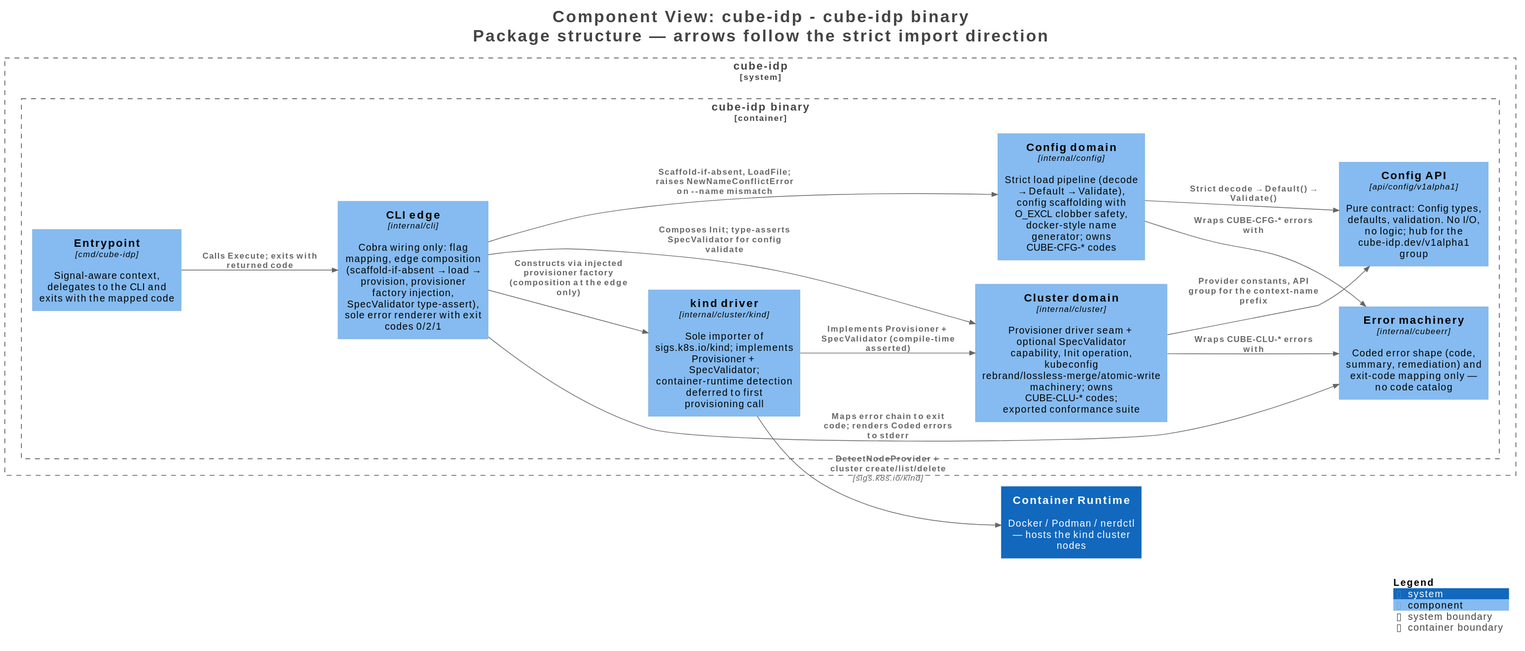
Above: docs/architecture/structurizr-Components.svg in cube-idp/cube-idp (PlantUML), before the change. Its diagram source:
```plantuml
@startuml
title <size:24>Component View: cube-idp - cube-idp binary</size>\n<size:24>Package structure — arrows follow the strict import direction</size>

set separator none
left to right direction

<style>
  root {
    BackgroundColor: #ffffff
    FontColor: #444444
  }
</style>

!include <C4/C4>
!include <C4/C4_Context>
!include <C4/C4_Component>

System(ContainerRuntime, "Container Runtime", $descr="Docker / Podman / nerdctl — hosts the kind cluster nodes", $tags="", $link="")

System_Boundary("cubeidp_boundary", "cube-idp", $tags="") {
  Container_Boundary("cubeidp.cubeidpbinary_boundary", "cube-idp binary", $tags="") {
    Component(cubeidp.cubeidpbinary.Errormachinery, "Error machinery", $techn="internal/cubeerr", $descr="Coded error shape (code, summary, remediation) and exit-code mapping only — no code catalog", $tags="", $link="")
    Component(cubeidp.cubeidpbinary.Entrypoint, "Entrypoint", $techn="cmd/cube-idp", $descr="Signal-aware context, delegates to the CLI and exits with the mapped code", $tags="", $link="")
    Component(cubeidp.cubeidpbinary.CLIedge, "CLI edge", $techn="internal/cli", $descr="Cobra wiring only: flag mapping, edge composition (scaffold-if-absent → load → provision, provisioner factory injection, SpecValidator type-assert), sole error renderer with exit codes 0/2/1", $tags="", $link="")
    Component(cubeidp.cubeidpbinary.Configdomain, "Config domain", $techn="internal/config", $descr="Strict load pipeline (decode → Default → Validate), config scaffolding with O_EXCL clobber safety, docker-style name generator; owns CUBE-CFG-* codes", $tags="", $link="")
    Component(cubeidp.cubeidpbinary.ConfigAPI, "Config API", $techn="api/config/v1alpha1", $descr="Pure contract: Config types, defaults, validation. No I/O, no logic; hub for the cube-idp.dev/v1alpha1 group", $tags="", $link="")
    Component(cubeidp.cubeidpbinary.Clusterdomain, "Cluster domain", $techn="internal/cluster", $descr="Provisioner driver seam + optional SpecValidator capability, Init operation, kubeconfig rebrand/lossless-merge/atomic-write machinery; owns CUBE-CLU-* codes; exported conformance suite", $tags="", $link="")
    Component(cubeidp.cubeidpbinary.kinddriver, "kind driver", $techn="internal/cluster/kind", $descr="Sole importer of sigs.k8s.io/kind; implements Provisioner + SpecValidator; container-runtime detection deferred to first provisioning call", $tags="", $link="")
  }

}

Rel(cubeidp.cubeidpbinary.Entrypoint, cubeidp.cubeidpbinary.CLIedge, "Calls Execute; exits with returned code", $techn="", $tags="", $link="")
Rel(cubeidp.cubeidpbinary.CLIedge, cubeidp.cubeidpbinary.Configdomain, "Scaffold-if-absent, LoadFile; raises NewNameConflictError on --name mismatch", $techn="", $tags="", $link="")
Rel(cubeidp.cubeidpbinary.CLIedge, cubeidp.cubeidpbinary.Clusterdomain, "Composes Init; type-asserts SpecValidator for config validate", $techn="", $tags="", $link="")
Rel(cubeidp.cubeidpbinary.CLIedge, cubeidp.cubeidpbinary.kinddriver, "Constructs via injected provisioner factory (composition at the edge only)", $techn="", $tags="", $link="")
Rel(cubeidp.cubeidpbinary.CLIedge, cubeidp.cubeidpbinary.Errormachinery, "Maps error chain to exit code; renders Coded errors to stderr", $techn="", $tags="", $link="")
Rel(cubeidp.cubeidpbinary.Configdomain, cubeidp.cubeidpbinary.ConfigAPI, "Strict decode → Default() → Validate()", $techn="", $tags="", $link="")
Rel(cubeidp.cubeidpbinary.Clusterdomain, cubeidp.cubeidpbinary.ConfigAPI, "Provider constants, API group for the context-name prefix", $techn="", $tags="", $link="")
Rel(cubeidp.cubeidpbinary.Configdomain, cubeidp.cubeidpbinary.Errormachinery, "Wraps CUBE-CFG-* errors with", $techn="", $tags="", $link="")
Rel(cubeidp.cubeidpbinary.Clusterdomain, cubeidp.cubeidpbinary.Errormachinery, "Wraps CUBE-CLU-* errors with", $techn="", $tags="", $link="")
Rel(cubeidp.cubeidpbinary.kinddriver, cubeidp.cubeidpbinary.Clusterdomain, "Implements Provisioner + SpecValidator (compile-time asserted)", $techn="", $tags="", $link="")
Rel(cubeidp.cubeidpbinary.kinddriver, ContainerRuntime, "DetectNodeProvider + cluster create/list/delete", $techn="sigs.k8s.io/kind", $tags="", $link="")

SHOW_LEGEND(true)
hide stereotypes
@enduml
```
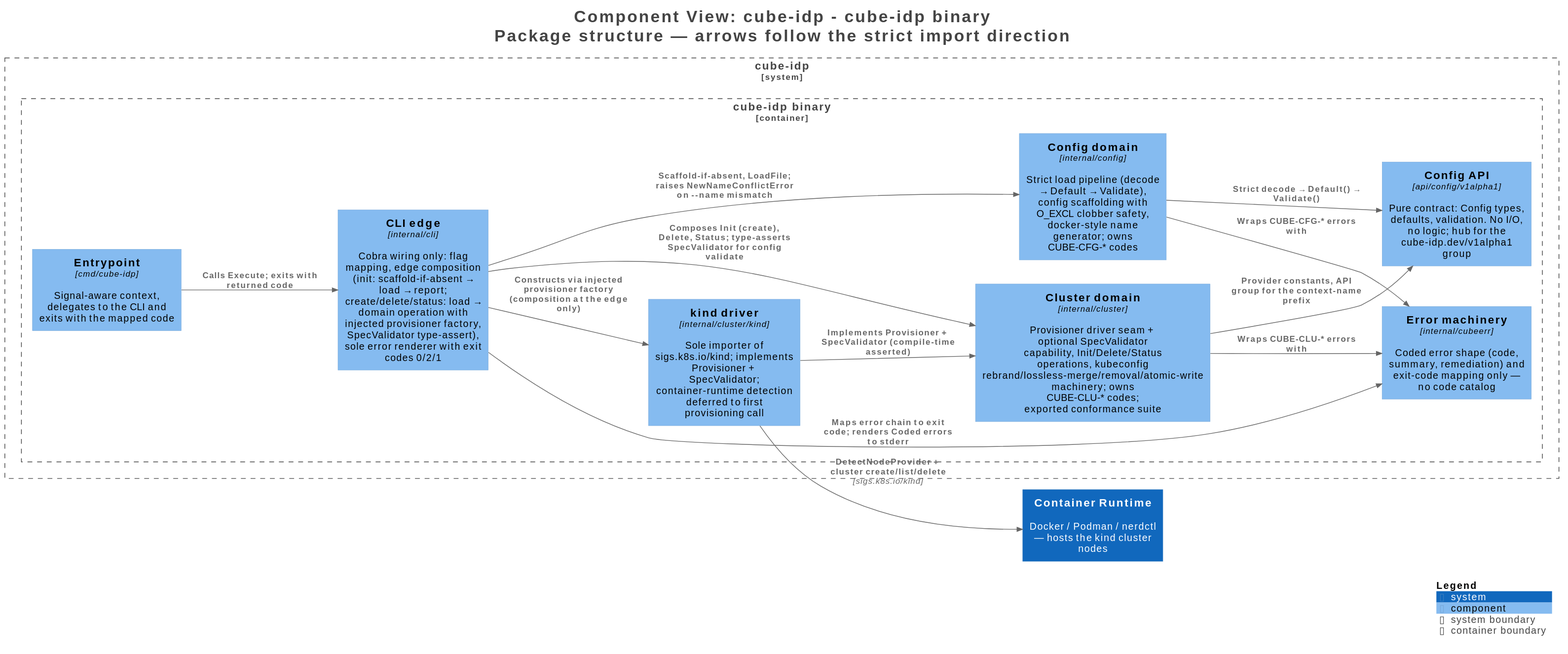
After the change.

Commit message:
docs: M5 close-out — cluster lifecycle complete

Change to the diagram source:
```diff
@@ -21,10 +21,10 @@
   Container_Boundary("cubeidp.cubeidpbinary_boundary", "cube-idp binary", $tags="") {
     Component(cubeidp.cubeidpbinary.Errormachinery, "Error machinery", $techn="internal/cubeerr", $descr="Coded error shape (code, summary, remediation) and exit-code mapping only — no code catalog", $tags="", $link="")
     Component(cubeidp.cubeidpbinary.Entrypoint, "Entrypoint", $techn="cmd/cube-idp", $descr="Signal-aware context, delegates to the CLI and exits with the mapped code", $tags="", $link="")
-    Component(cubeidp.cubeidpbinary.CLIedge, "CLI edge", $techn="internal/cli", $descr="Cobra wiring only: flag mapping, edge composition (scaffold-if-absent → load → provision, provisioner factory injection, SpecValidator type-assert), sole error renderer with exit codes 0/2/1", $tags="", $link="")
+    Component(cubeidp.cubeidpbinary.CLIedge, "CLI edge", $techn="internal/cli", $descr="Cobra wiring only: flag mapping, edge composition (init: scaffold-if-absent → load → report; create/delete/status: load → domain operation with injected provisioner factory, SpecValidator type-assert), sole error renderer with exit codes 0/2/1", $tags="", $link="")
     Component(cubeidp.cubeidpbinary.Configdomain, "Config domain", $techn="internal/config", $descr="Strict load pipeline (decode → Default → Validate), config scaffolding with O_EXCL clobber safety, docker-style name generator; owns CUBE-CFG-* codes", $tags="", $link="")
     Component(cubeidp.cubeidpbinary.ConfigAPI, "Config API", $techn="api/config/v1alpha1", $descr="Pure contract: Config types, defaults, validation. No I/O, no logic; hub for the cube-idp.dev/v1alpha1 group", $tags="", $link="")
-    Component(cubeidp.cubeidpbinary.Clusterdomain, "Cluster domain", $techn="internal/cluster", $descr="Provisioner driver seam + optional SpecValidator capability, Init operation, kubeconfig rebrand/lossless-merge/atomic-write machinery; owns CUBE-CLU-* codes; exported conformance suite", $tags="", $link="")
+    Component(cubeidp.cubeidpbinary.Clusterdomain, "Cluster domain", $techn="internal/cluster", $descr="Provisioner driver seam + optional SpecValidator capability, Init/Delete/Status operations, kubeconfig rebrand/lossless-merge/removal/atomic-write machinery; owns CUBE-CLU-* codes; exported conformance suite", $tags="", $link="")
     Component(cubeidp.cubeidpbinary.kinddriver, "kind driver", $techn="internal/cluster/kind", $descr="Sole importer of sigs.k8s.io/kind; implements Provisioner + SpecValidator; container-runtime detection deferred to first provisioning call", $tags="", $link="")
   }
 
@@ -32,7 +32,7 @@
 
 Rel(cubeidp.cubeidpbinary.Entrypoint, cubeidp.cubeidpbinary.CLIedge, "Calls Execute; exits with returned code", $techn="", $tags="", $link="")
 Rel(cubeidp.cubeidpbinary.CLIedge, cubeidp.cubeidpbinary.Configdomain, "Scaffold-if-absent, LoadFile; raises NewNameConflictError on --name mismatch", $techn="", $tags="", $link="")
-Rel(cubeidp.cubeidpbinary.CLIedge, cubeidp.cubeidpbinary.Clusterdomain, "Composes Init; type-asserts SpecValidator for config validate", $techn="", $tags="", $link="")
+Rel(cubeidp.cubeidpbinary.CLIedge, cubeidp.cubeidpbinary.Clusterdomain, "Composes Init (create), Delete, Status; type-asserts SpecValidator for config validate", $techn="", $tags="", $link="")
 Rel(cubeidp.cubeidpbinary.CLIedge, cubeidp.cubeidpbinary.kinddriver, "Constructs via injected provisioner factory (composition at the edge only)", $techn="", $tags="", $link="")
 Rel(cubeidp.cubeidpbinary.CLIedge, cubeidp.cubeidpbinary.Errormachinery, "Maps error chain to exit code; renders Coded errors to stderr", $techn="", $tags="", $link="")
 Rel(cubeidp.cubeidpbinary.Configdomain, cubeidp.cubeidpbinary.ConfigAPI, "Strict decode → Default() → Validate()", $techn="", $tags="", $link="")
```
